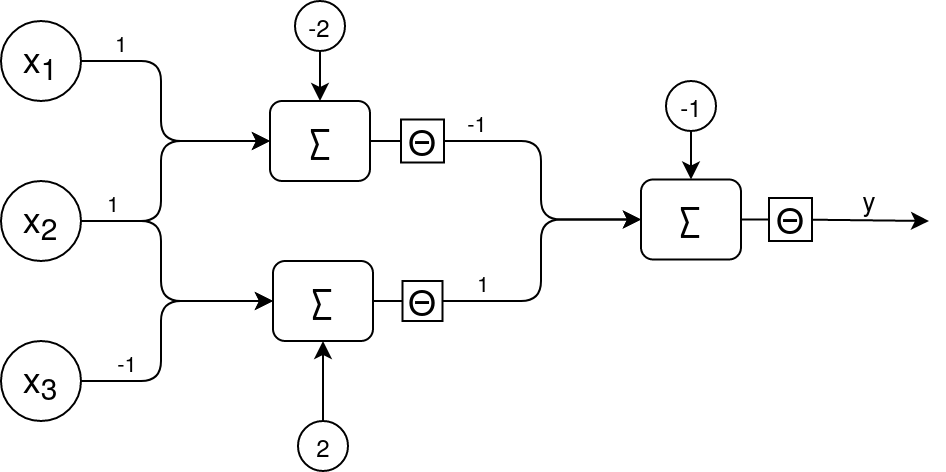
Before: xor3.png, a diagram exported from draw.io (smallSwed/imgs). Source tidied: cells renumbered, new cells last; positions are measured from the earlier drawing's top-left corner, leaving out a move shared by most shapes.
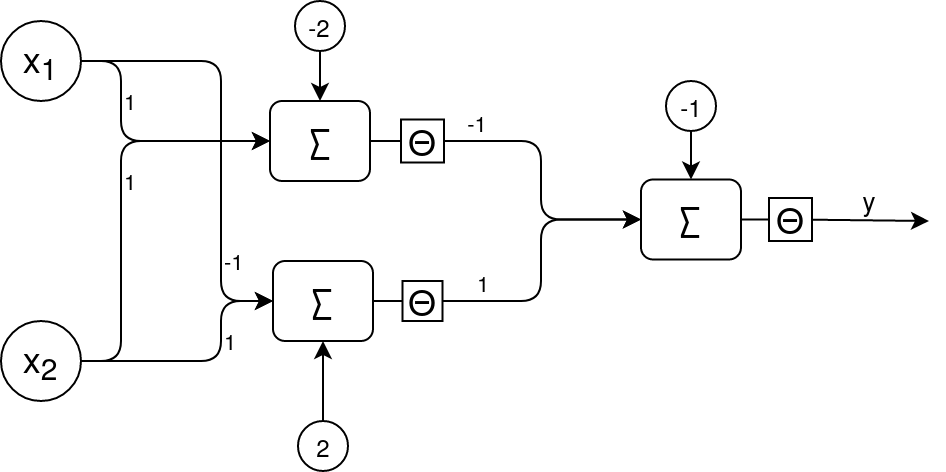
After the change.

Change to the diagram source:
```diff
@@ -6,14 +6,12 @@
       <mxGeometry y="10" width="40" height="40" as="geometry" />
     </mxCell>
     <mxCell id="3" value="x&lt;sub&gt;2&lt;/sub&gt;" style="ellipse;whiteSpace=wrap;html=1;fontSize=18;direction=south;" parent="1" vertex="1">
-      <mxGeometry y="90" width="40" height="40" as="geometry" />
+      <mxGeometry y="160" width="40" height="40" as="geometry" />
     </mxCell>
-    <mxCell id="4" value="x&lt;sub&gt;3&lt;/sub&gt;" style="ellipse;whiteSpace=wrap;html=1;fontSize=18;direction=south;" parent="1" vertex="1">
-      <mxGeometry y="170" width="40" height="40" as="geometry" />
-    </mxCell>
-    <mxCell id="5" value="1" style="edgeStyle=elbowEdgeStyle;elbow=horizontal;endArrow=classic;html=1;entryX=0;entryY=0.5;entryDx=0;entryDy=0;exitX=0.5;exitY=0;exitDx=0;exitDy=0;labelPosition=center;verticalLabelPosition=top;align=center;verticalAlign=bottom;" parent="1" edge="1" source="2" target="13">
-      <mxGeometry x="-0.7" relative="1" as="geometry">
+    <mxCell id="5" value="1" style="edgeStyle=elbowEdgeStyle;elbow=horizontal;endArrow=classic;html=1;entryX=0;entryY=0.5;entryDx=0;entryDy=0;exitX=0.5;exitY=0;exitDx=0;exitDy=0;labelPosition=right;verticalLabelPosition=middle;align=left;verticalAlign=middle;" parent="1" edge="1" source="2" target="13">
+      <mxGeometry x="-0.41" relative="1" as="geometry">
         <Array as="points">
+          <mxPoint x="60" y="50" />
           <mxPoint x="80" y="50" />
           <mxPoint x="130" y="187.8" />
           <mxPoint x="130" y="205.8" />
@@ -22,9 +20,10 @@
         </Array>
       </mxGeometry>
     </mxCell>
-    <mxCell id="6" style="edgeStyle=elbowEdgeStyle;elbow=horizontal;endArrow=classic;html=1;entryX=0;entryY=0.5;entryDx=0;entryDy=0;exitX=0.5;exitY=0;exitDx=0;exitDy=0;labelPosition=center;verticalLabelPosition=top;align=center;verticalAlign=bottom;" parent="1" edge="1" source="3" target="13">
-      <mxGeometry x="-0.63" relative="1" as="geometry">
+    <mxCell id="6" value="1" style="edgeStyle=elbowEdgeStyle;elbow=horizontal;endArrow=classic;html=1;entryX=0;entryY=0.5;entryDx=0;entryDy=0;exitX=0.5;exitY=0;exitDx=0;exitDy=0;labelPosition=right;verticalLabelPosition=middle;align=left;verticalAlign=middle;" parent="1" edge="1" source="3" target="13">
+      <mxGeometry x="0.08" relative="1" as="geometry">
         <Array as="points">
+          <mxPoint x="60" y="110" />
           <mxPoint x="80" y="90" />
           <mxPoint x="140" y="197.8" />
           <mxPoint x="140" y="215.8" />
@@ -98,10 +97,10 @@
     <mxCell id="19" value="&lt;span class=&quot;box&quot;&gt;∑&lt;/span&gt;" style="rounded=1;whiteSpace=wrap;html=1;fontSize=18;" parent="1" vertex="1">
       <mxGeometry x="320" y="89.2" width="50" height="40" as="geometry" />
     </mxCell>
-    <mxCell id="20" value="1" style="edgeStyle=elbowEdgeStyle;elbow=horizontal;endArrow=classic;html=1;entryX=0;entryY=0.5;entryDx=0;entryDy=0;exitX=0.5;exitY=0;exitDx=0;exitDy=0;labelPosition=center;verticalLabelPosition=top;align=center;verticalAlign=bottom;" parent="1" edge="1" source="3" target="26">
-      <mxGeometry x="-0.77" relative="1" as="geometry">
+    <mxCell id="20" value="1" style="edgeStyle=elbowEdgeStyle;elbow=horizontal;endArrow=classic;html=1;entryX=0;entryY=0.5;entryDx=0;entryDy=0;exitX=0.5;exitY=0;exitDx=0;exitDy=0;labelPosition=right;verticalLabelPosition=middle;align=left;verticalAlign=middle;" parent="1" edge="1" source="3" target="26">
+      <mxGeometry x="0.11" y="10" relative="1" as="geometry">
         <Array as="points">
-          <mxPoint x="80" y="154.2" />
+          <mxPoint x="110" y="180" />
           <mxPoint x="155.9" y="186.2" />
           <mxPoint x="155.9" y="204.2" />
           <mxPoint x="125.9" y="194.2" />
@@ -109,10 +108,12 @@
         </Array>
       </mxGeometry>
     </mxCell>
-    <mxCell id="21" value="-1" style="edgeStyle=elbowEdgeStyle;elbow=horizontal;endArrow=classic;html=1;entryX=0;entryY=0.5;entryDx=0;entryDy=0;labelPosition=center;verticalLabelPosition=top;align=center;verticalAlign=bottom;exitX=0.5;exitY=0;exitDx=0;exitDy=0;" parent="1" edge="1" source="4" target="26">
-      <mxGeometry x="-0.66" relative="1" as="geometry">
+    <mxCell id="21" value="-1" style="edgeStyle=elbowEdgeStyle;elbow=horizontal;endArrow=classic;html=1;entryX=0;entryY=0.5;entryDx=0;entryDy=0;labelPosition=right;verticalLabelPosition=middle;align=left;verticalAlign=middle;exitX=0.5;exitY=0;exitDx=0;exitDy=0;" parent="1" edge="1" source="2" target="26">
+      <mxGeometry x="0.57" relative="1" as="geometry">
         <Array as="points">
-          <mxPoint x="80" y="204.2" />
+          <mxPoint x="110" y="80" />
+          <mxPoint x="80" y="150" />
+          <mxPoint x="20" y="110" />
         </Array>
       </mxGeometry>
     </mxCell>
```
